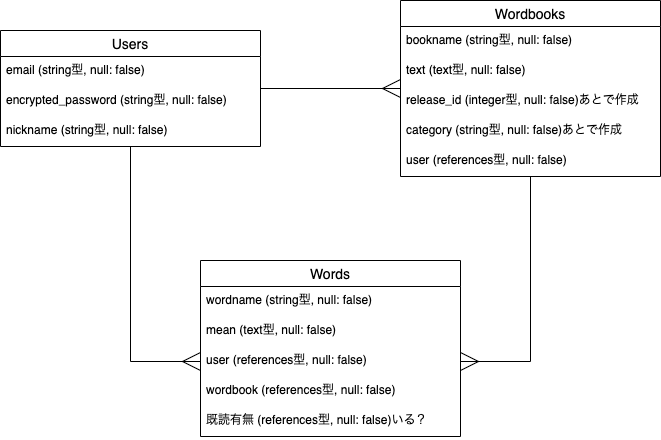
Above: ER.drawio.png in take1412/wordbook_test (draw.io), before the change. Source tidied: cells renumbered, new cells last; positions are measured from the earlier drawing's top-left corner, leaving out a move shared by most shapes.
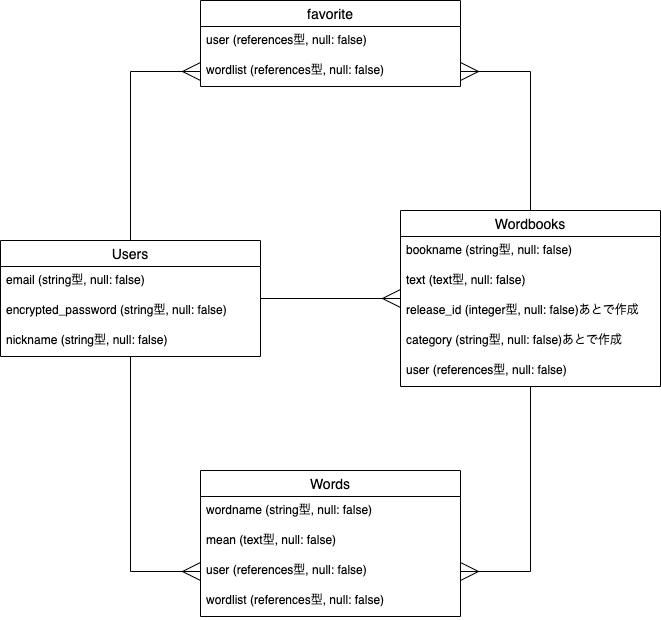
The same file after the commit.

Diff of the diagram source:
```diff
@@ -8,6 +8,9 @@
     <mxCell id="3" style="edgeStyle=orthogonalEdgeStyle;rounded=0;jettySize=auto;html=1;entryX=0;entryY=0.5;entryDx=0;entryDy=0;startSize=6;endArrow=ERmany;endFill=0;endSize=16;" parent="1" edge="1" source="4" target="18">
       <mxGeometry relative="1" as="geometry" />
     </mxCell>
+    <mxCell id="21" style="edgeStyle=orthogonalEdgeStyle;rounded=0;jettySize=auto;html=1;entryX=0;entryY=0.5;entryDx=0;entryDy=0;endFill=0;endArrow=ERmany;endSize=16;startSize=6;" parent="1" edge="1" source="4" target="25">
+      <mxGeometry relative="1" as="geometry" />
+    </mxCell>
     <mxCell id="4" value="Users" style="swimlane;fontStyle=0;horizontal=1;startSize=26;align=center;fontSize=14;" parent="1" vertex="1">
       <mxGeometry y="30" width="260" height="116" as="geometry" />
     </mxCell>
@@ -28,6 +31,9 @@
         </Array>
       </mxGeometry>
     </mxCell>
+    <mxCell id="22" style="edgeStyle=orthogonalEdgeStyle;rounded=0;jettySize=auto;html=1;entryX=1;entryY=0.5;entryDx=0;entryDy=0;endFill=0;endArrow=ERmany;endSize=16;startSize=6;" parent="1" edge="1" source="9" target="25">
+      <mxGeometry relative="1" as="geometry" />
+    </mxCell>
     <mxCell id="9" value="Wordbooks" style="swimlane;fontStyle=0;horizontal=1;startSize=26;align=center;fontSize=14;" parent="1" vertex="1">
       <mxGeometry x="400" width="260" height="176" as="geometry" />
     </mxCell>
@@ -47,7 +53,7 @@
       <mxGeometry y="146" width="260" height="30" as="geometry" />
     </mxCell>
     <mxCell id="15" value="Words" style="swimlane;fontStyle=0;horizontal=1;startSize=26;align=center;fontSize=14;" parent="1" vertex="1">
-      <mxGeometry x="200" y="260" width="260" height="176" as="geometry" />
+      <mxGeometry x="200" y="260" width="260" height="146" as="geometry" />
     </mxCell>
     <mxCell id="16" value="wordname (string型, null: false)" style="text;strokeColor=none;fillColor=none;spacingLeft=4;spacingRight=4;overflow=hidden;fontSize=12;" parent="15" vertex="1">
       <mxGeometry y="26" width="260" height="30" as="geometry" />
@@ -58,11 +64,17 @@
     <mxCell id="18" value="user (references型, null: false)" style="text;strokeColor=none;fillColor=none;spacingLeft=4;spacingRight=4;overflow=hidden;points=[[0,0.5],[1,0.5]];portConstraint=eastwest;fontSize=12;" parent="15" vertex="1">
       <mxGeometry y="86" width="260" height="30" as="geometry" />
     </mxCell>
-    <mxCell id="19" value="wordbook (references型, null: false)" style="text;strokeColor=none;fillColor=none;spacingLeft=4;spacingRight=4;overflow=hidden;fontSize=12;" parent="15" vertex="1">
+    <mxCell id="19" value="wordlist (references型, null: false)" style="text;strokeColor=none;fillColor=none;spacingLeft=4;spacingRight=4;overflow=hidden;fontSize=12;" parent="15" vertex="1">
       <mxGeometry y="116" width="260" height="30" as="geometry" />
     </mxCell>
-    <mxCell id="20" value="既読有無 (references型, null: false)いる？" style="text;strokeColor=none;fillColor=none;spacingLeft=4;spacingRight=4;overflow=hidden;fontSize=12;" parent="15" vertex="1">
-      <mxGeometry y="146" width="260" height="30" as="geometry" />
-    </mxCell>
+    <mxCell id="23" value="favorite" style="swimlane;fontStyle=0;horizontal=1;startSize=26;align=center;fontSize=14;" parent="1" vertex="1">
+      <mxGeometry x="200" y="-210" width="260" height="86" as="geometry" />
+    </mxCell>
+    <mxCell id="24" value="user (references型, null: false)" style="text;strokeColor=none;fillColor=none;spacingLeft=4;spacingRight=4;overflow=hidden;fontSize=12;" parent="23" vertex="1">
+      <mxGeometry y="26" width="260" height="30" as="geometry" />
+    </mxCell>
+    <mxCell id="25" value="wordlist (references型, null: false)" style="text;strokeColor=none;fillColor=none;spacingLeft=4;spacingRight=4;overflow=hidden;points=[[0,0.5],[1,0.5]];portConstraint=eastwest;fontSize=12;" parent="23" vertex="1">
+      <mxGeometry y="56" width="260" height="30" as="geometry" />
+    </mxCell>
   </root>
 </mxGraphModel>
```
